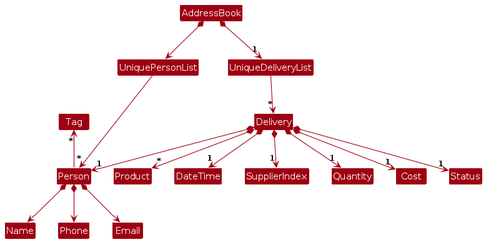
The PlantUML diagram diagrams/BetterModelClassDiagram.png in prave1n/VendorVault, before a commit. Its source is kept beside it as diagrams/BetterModelClassDiagram.puml. The source it was exported from:
```plantuml
@startuml
!include style.puml
skinparam arrowThickness 1.1
skinparam arrowColor MODEL_COLOR
skinparam classBackgroundColor MODEL_COLOR

AddressBook *-right-> UniquePersonList
AddressBook *-down-> "1" UniqueDeliveryList

UniquePersonList -right-> "*" Person
UniqueDeliveryList -down-> "*" Delivery

Person -up-> "*" Tag
Person *--> Name
Person *--> Phone
Person *--> Email

Delivery *--> "*" Product
Delivery *--> "1" DateTime
Delivery *--> "1" Person
Delivery *--> "1" SupplierIndex
Delivery *--> "1" Quantity
Delivery *--> "1" Cost
Delivery *--> "1" Status
@enduml
```
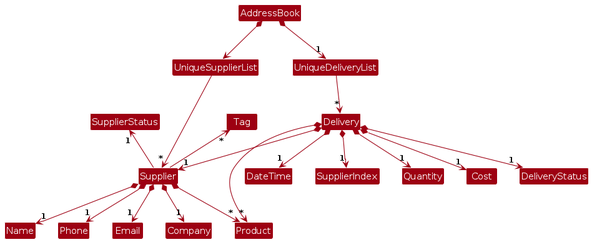
After the change.

Change to the diagram source:
```diff
@@ -4,22 +4,25 @@
 skinparam arrowColor MODEL_COLOR
 skinparam classBackgroundColor MODEL_COLOR
 
-AddressBook *-right-> UniquePersonList
+AddressBook *-right-> UniqueSupplierList
 AddressBook *-down-> "1" UniqueDeliveryList
 
-UniquePersonList -right-> "*" Person
+UniqueSupplierList -right-> "*" Supplier
 UniqueDeliveryList -down-> "*" Delivery
 
-Person -up-> "*" Tag
-Person *--> Name
-Person *--> Phone
-Person *--> Email
+Supplier -up-> "*" Tag
+Supplier *--> "1" Name
+Supplier *--> "1" Phone
+Supplier *--> "1" Email
+Supplier *--> "1" Company
+Supplier *--> "*" Product
+Supplier -up-> "1" SupplierStatus
 
 Delivery *--> "*" Product
 Delivery *--> "1" DateTime
-Delivery *--> "1" Person
+Delivery *--> "1" Supplier
 Delivery *--> "1" SupplierIndex
 Delivery *--> "1" Quantity
 Delivery *--> "1" Cost
-Delivery *--> "1" Status
+Delivery *--> "1" DeliveryStatus
 @enduml
```
